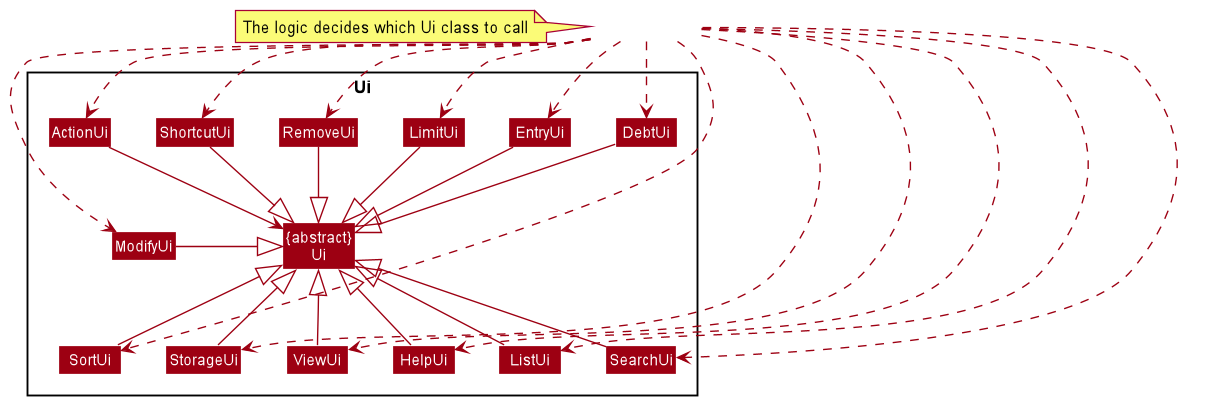
Before: docs/diagrams/UiClassDiagram.png, a diagram exported from PlantUML (Weng-Kexin/main).
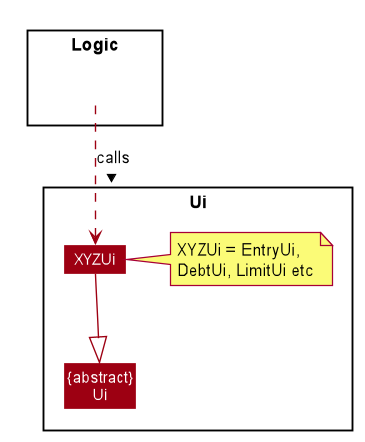
After the change.

Commit message:
class diagram

Change to the diagram source:
```diff
@@ -51,54 +51,19 @@
 skinparam arrowColor #9D0012
 skinparam classBackgroundColor #9D0012
 
-note left of HiddenOutside: The logic decides which Ui class to call
-
-Class HiddenOutside #FFFFFF
+package Logic {
+Class HiddenLogic #FFFFFF
+}
 
 Package Ui <<Rectangle>> {
 
-Class ActionUi
-Class DebtUi
-Class EntryUi
-Class HelpUi
-Class LimitUi
-Class ListUi
-Class ModifyUi
-Class RemoveUi
-Class SearchUi
-Class ShortcutUi
-Class SortUi
-Class StorageUi
-Class ViewUi
+Class XYZUi
 Class "{abstract}\nUi" as Ui
+note right of XYZUi: XYZUi = EntryUi, \nDebtUi, LimitUi etc
 
-HiddenOutside ..> ActionUi
-HiddenOutside ..> DebtUi
-HiddenOutside ..> EntryUi
-HiddenOutside ..> HelpUi
-HiddenOutside ..> LimitUi
-HiddenOutside ..> ListUi
-HiddenOutside ..> ModifyUi
-HiddenOutside ..> RemoveUi
-HiddenOutside ..> SearchUi
-HiddenOutside ..> ShortcutUi
-HiddenOutside ..> SortUi
-HiddenOutside ..> StorageUi
-HiddenOutside ..> ViewUi
+XYZUi --|>Ui
+HiddenLogic ..> XYZUi : calls >
 
-ActionUi --> Ui
-DebtUi -down-|>Ui
-EntryUi -down-|> Ui
-HelpUi -up-|> Ui
-LimitUi -down-|> Ui
-ListUi -up-|> Ui
-ModifyUi -left-|> Ui
-RemoveUi -down-|> Ui
-SearchUi -up-|> Ui
-ShortcutUi -down-|> Ui
-SortUi -up-|> Ui
-StorageUi -up-|> Ui
-ViewUi -up-|> Ui
 }
 
 @enduml
```
